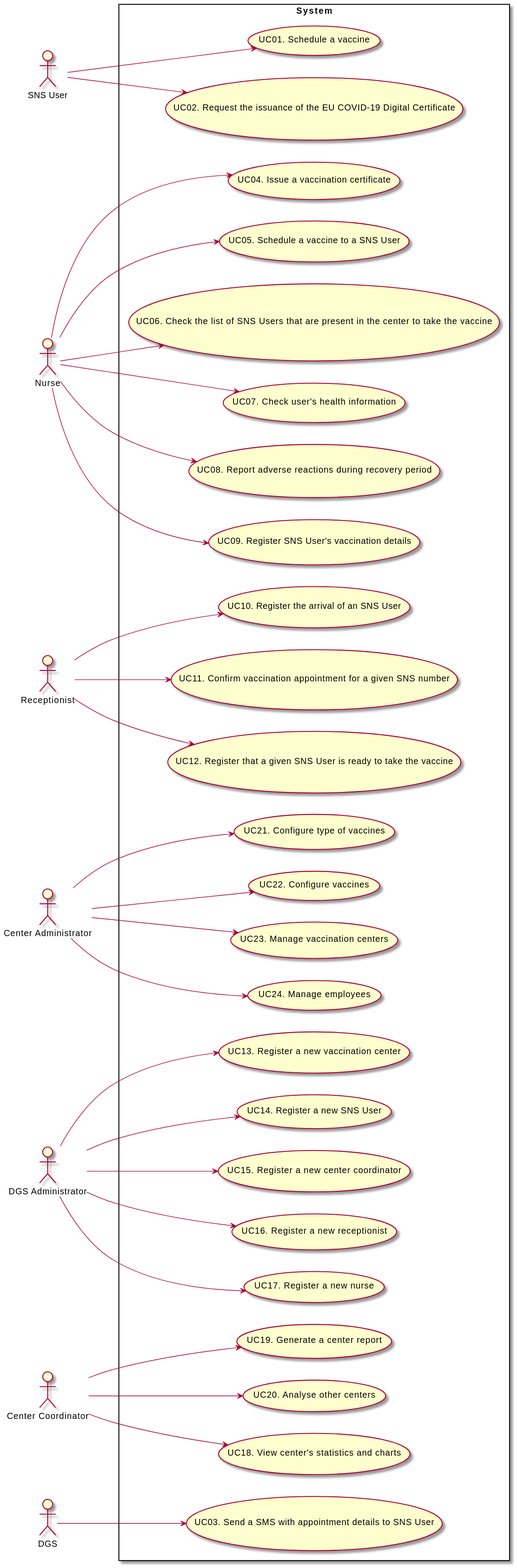
Above: docs/SprintA/UCD.svg in miseEnPlace-i/lapr2 (PlantUML), before the change.
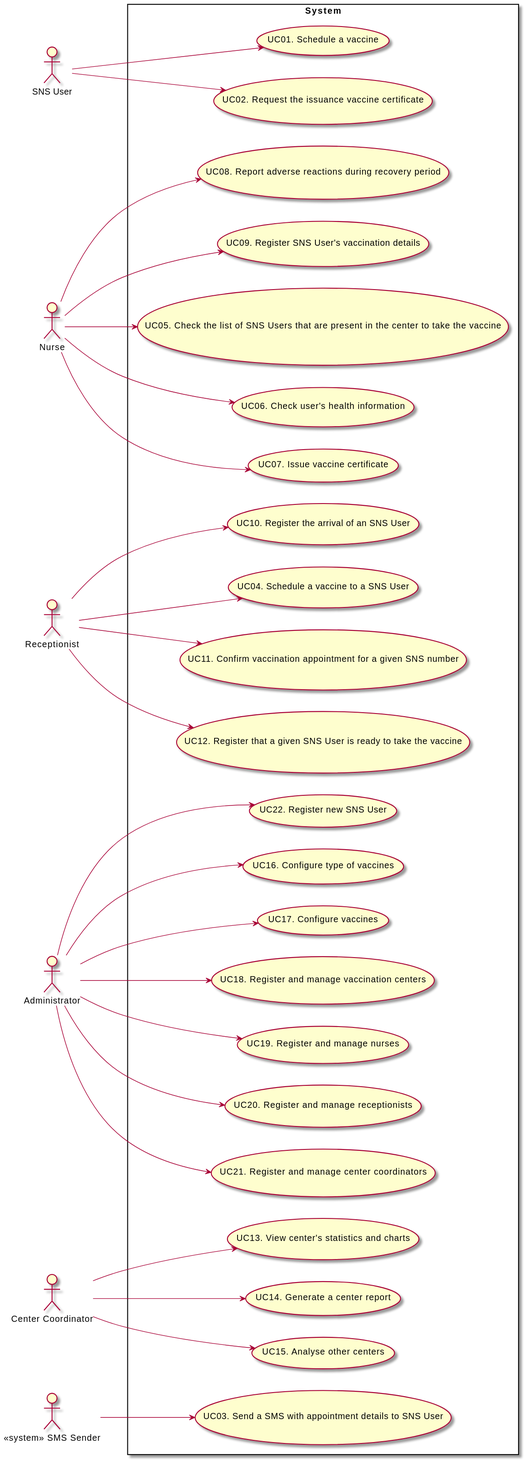
The same file after the commit.

Commit message:
docs(ucd): revamped ucd

Change to the diagram source:
```diff
@@ -5,42 +5,39 @@
 actor "SNS User" as user
 actor "Nurse" as nurse
 actor "Receptionist" as recept
-actor "Center Administrator" as cadmin
-actor "DGS Administrator" as dgsadmin
+actor "Administrator" as admin
 actor "Center Coordinator" as coordinator
-actor "DGS" as dgs
+actor "<< system >> SMS Sender" as dgs
 
 rectangle System {
   usecase "UC01. Schedule a vaccine" as UC01
-  usecase "UC02. Request the issuance of the EU COVID-19 Digital Certificate" as UC02
+  usecase "UC02. Request the issuance vaccine certificate" as UC02
   usecase "UC03. Send a SMS with appointment details to SNS User" as UC03
-  usecase "UC04. Issue a vaccination certificate" as UC04
-  usecase "UC05. Schedule a vaccine to a SNS User" as UC05
-  usecase "UC06. Check the list of SNS Users that are present in the center to take the vaccine" as UC06
-  usecase "UC07. Check user's health information" as UC07
+  usecase "UC04. Schedule a vaccine to a SNS User" as UC04
+  usecase "UC05. Check the list of SNS Users that are present in the center to take the vaccine" as UC05
+  usecase "UC06. Check user's health information" as UC06
+  usecase "UC07. Issue vaccine certificate" as UC07
   usecase "UC08. Report adverse reactions during recovery period" as UC08
   usecase "UC09. Register SNS User's vaccination details" as UC09
   usecase "UC10. Register the arrival of an SNS User" as UC10
   usecase "UC11. Confirm vaccination appointment for a given SNS number" as UC11
   usecase "UC12. Register that a given SNS User is ready to take the vaccine" as UC12
-  usecase "UC13. Register a new vaccination center" as UC13
-  usecase "UC14. Register a new SNS User" as UC14
-  usecase "UC15. Register a new center coordinator" as UC15
-  usecase "UC16. Register a new receptionist" as UC16
-  usecase "UC17. Register a new nurse" as UC17
-  usecase "UC18. View center's statistics and charts" as UC18
-  usecase "UC19. Generate a center report" as UC19
-  usecase "UC20. Analyse other centers" as UC20
-  usecase "UC21. Configure type of vaccines" as UC21
-  usecase "UC22. Configure vaccines" as UC22
-  usecase "UC23. Manage vaccination centers" as UC23
-  usecase "UC24. Manage employees" as UC24
+  usecase "UC13. View center's statistics and charts" as UC13
+  usecase "UC14. Generate a center report" as UC14
+  usecase "UC15. Analyse other centers" as UC15
+  usecase "UC16. Configure type of vaccines" as UC16
+  usecase "UC17. Configure vaccines" as UC17
+  usecase "UC18. Register and manage vaccination centers" as UC18
+  usecase "UC19. Register and manage nurses" as UC19
+  usecase "UC20. Register and manage receptionists" as UC20
+  usecase "UC21. Register and manage center coordinators" as UC21
+  usecase "UC22. Register new SNS User" as UC22
 }
 
 user --> UC01
 user --> UC02
 dgs --> UC03
-nurse --> UC04
+recept --> UC04
 nurse --> UC05
 nurse --> UC06
 nurse --> UC07
@@ -49,17 +46,15 @@
 recept --> UC10
 recept --> UC11
 recept --> UC12
-dgsadmin --> UC13
-dgsadmin --> UC14
-dgsadmin --> UC15
-dgsadmin --> UC16
-dgsadmin --> UC17
-coordinator --> UC18
-coordinator --> UC19
-coordinator --> UC20
-cadmin --> UC21
-cadmin --> UC22
-cadmin --> UC23
-cadmin --> UC24
+coordinator --> UC13
+coordinator --> UC14
+coordinator --> UC15
+admin --> UC16
+admin --> UC17
+admin --> UC18
+admin --> UC19
+admin --> UC20
+admin --> UC21
+admin --> UC22
 
 @enduml
```
